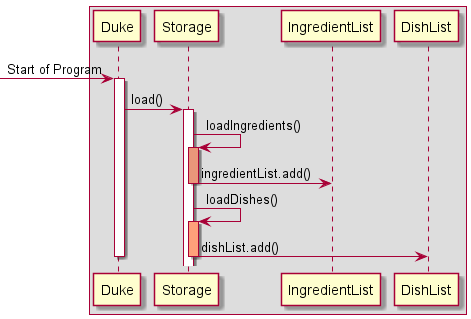
Above: docs/images/storage_load_sequence.png in nus-cs2113-AY2122S1/tp (PlantUML), before the change.
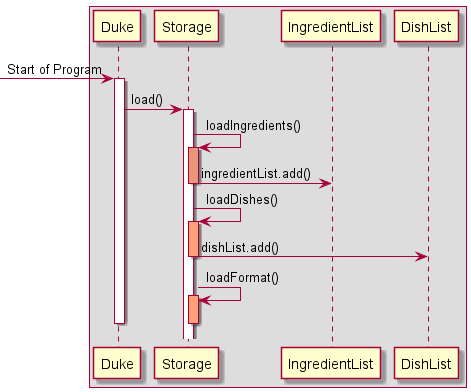
Above is the later version.

Commit message:
Update Storage subheading in dg to reflect creation of formats.txt, new save formats

Diff of the diagram source:
```diff
@@ -13,6 +13,9 @@
 activate Storage#LightSalmon
 Storage -> DishList : dishList.add()
 deactivate Storage#LightSalmon
+Storage -> Storage : loadFormat()
+activate Storage#LightSalmon
+deactivate Storage#LightSalmon
 deactivate Duke
 
 @enduml
```
